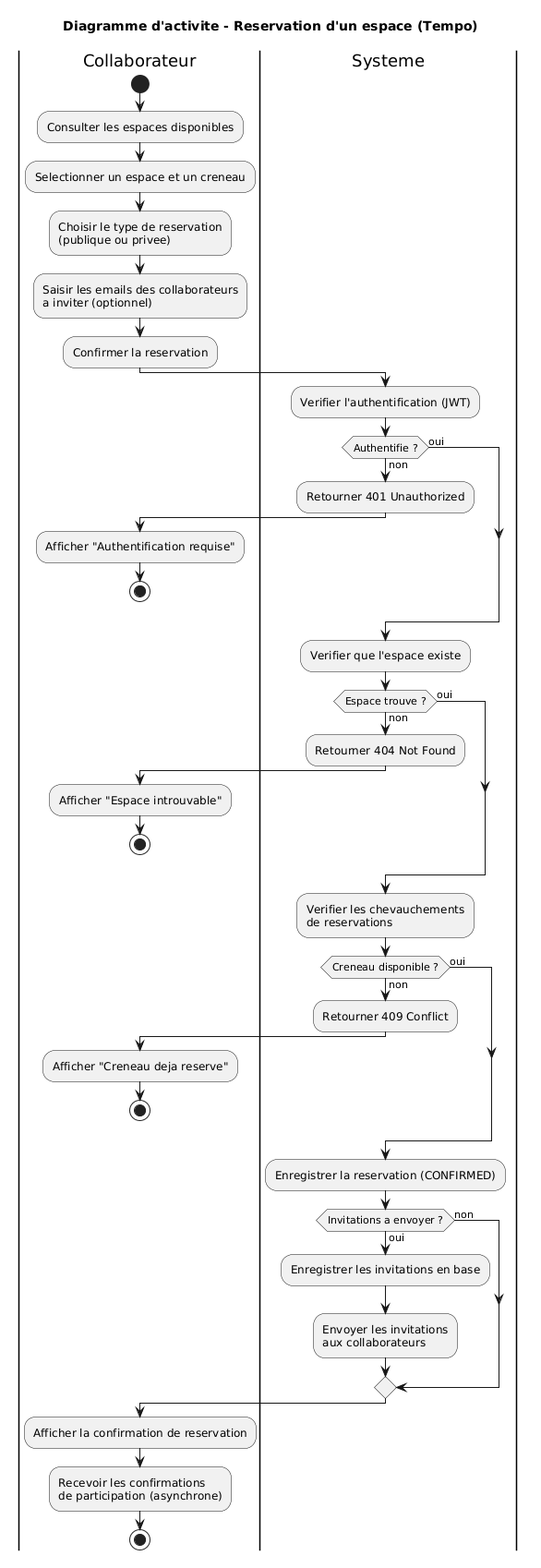
Above: diagrams/activity diagram - reservation.png in Vaalley/tempo (PlantUML), before the change. The source it was exported from:
```plantuml
@startuml
title Diagramme d'activite - Reservation d'un espace (Tempo)

|Collaborateur|
start
:Consulter les espaces disponibles;
:Selectionner un espace et un creneau;
:Choisir le type de reservation\n(publique ou privee);
:Saisir les emails des collaborateurs\na inviter (optionnel);
:Confirmer la reservation;

|Systeme|
:Verifier l'authentification (JWT);
if (Authentifie ?) then (non)
    :Retourner 401 Unauthorized;
    |Collaborateur|
    :Afficher "Authentification requise";
    stop
else (oui)
endif

|Systeme|
:Verifier que l'espace existe;
if (Espace trouve ?) then (non)
    :Retourner 404 Not Found;
    |Collaborateur|
    :Afficher "Espace introuvable";
    stop
else (oui)
endif

|Systeme|
:Verifier les chevauchements\nde reservations;
if (Creneau disponible ?) then (non)
    :Retourner 409 Conflict;
    |Collaborateur|
    :Afficher "Creneau deja reserve";
    stop
else (oui)
endif

|Systeme|
:Enregistrer la reservation (CONFIRMED);
if (Invitations a envoyer ?) then (oui)
    :Enregistrer les invitations en base;
    :Envoyer les invitations\naux collaborateurs;
else (non)
endif

|Collaborateur|
:Afficher la confirmation de reservation;
:Recevoir les confirmations\nde participation (asynchrone);
stop
@enduml
```
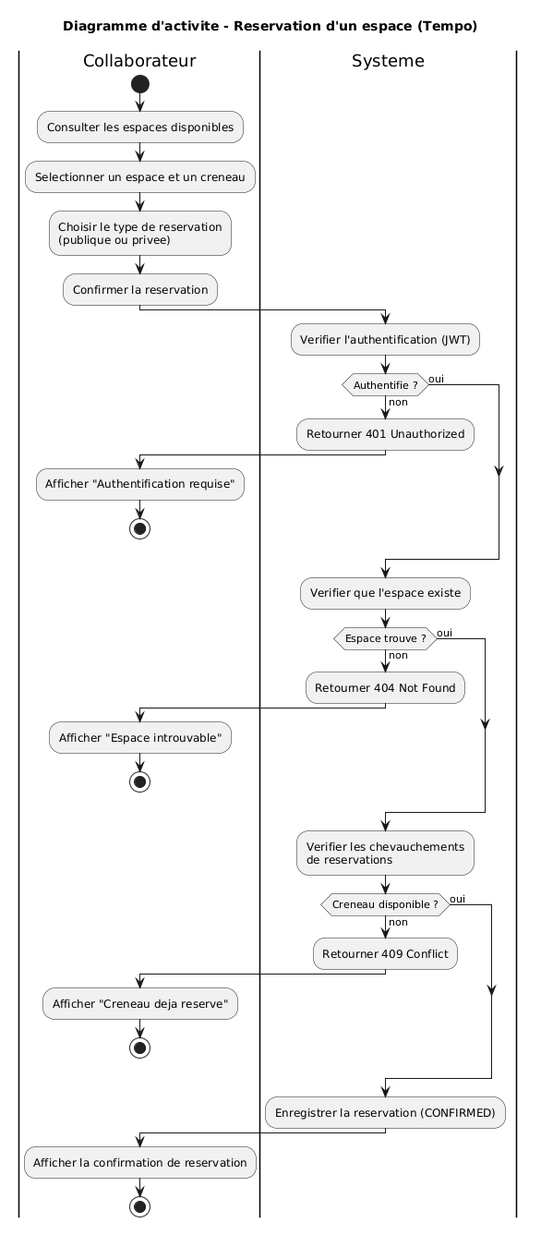
After the change.

Diff of the diagram source:
```diff
@@ -6,7 +6,6 @@
 :Consulter les espaces disponibles;
 :Selectionner un espace et un creneau;
 :Choisir le type de reservation\n(publique ou privee);
-:Saisir les emails des collaborateurs\na inviter (optionnel);
 :Confirmer la reservation;
 
 |Systeme|
@@ -41,14 +40,8 @@
 
 |Systeme|
 :Enregistrer la reservation (CONFIRMED);
-if (Invitations a envoyer ?) then (oui)
-    :Enregistrer les invitations en base;
-    :Envoyer les invitations\naux collaborateurs;
-else (non)
-endif
 
 |Collaborateur|
 :Afficher la confirmation de reservation;
-:Recevoir les confirmations\nde participation (asynchrone);
 stop
 @enduml
```
